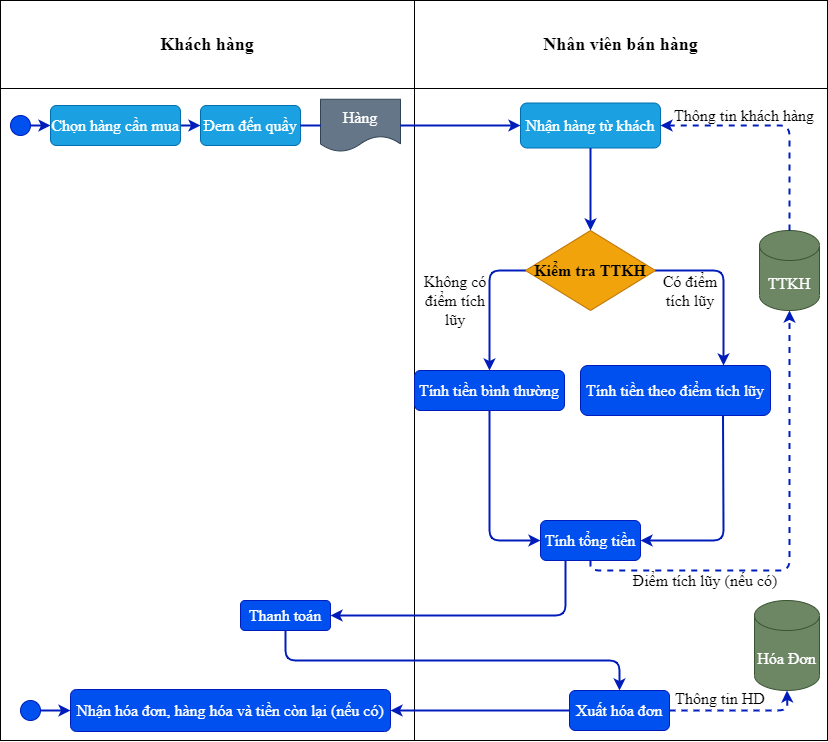
The draw.io diagram banHang.drawio.png in sunny-THS/QlyBanDT, before a commit. Source tidied: cells renumbered, new cells last; positions are measured from the earlier drawing's top-left corner, leaving out a move shared by most shapes.
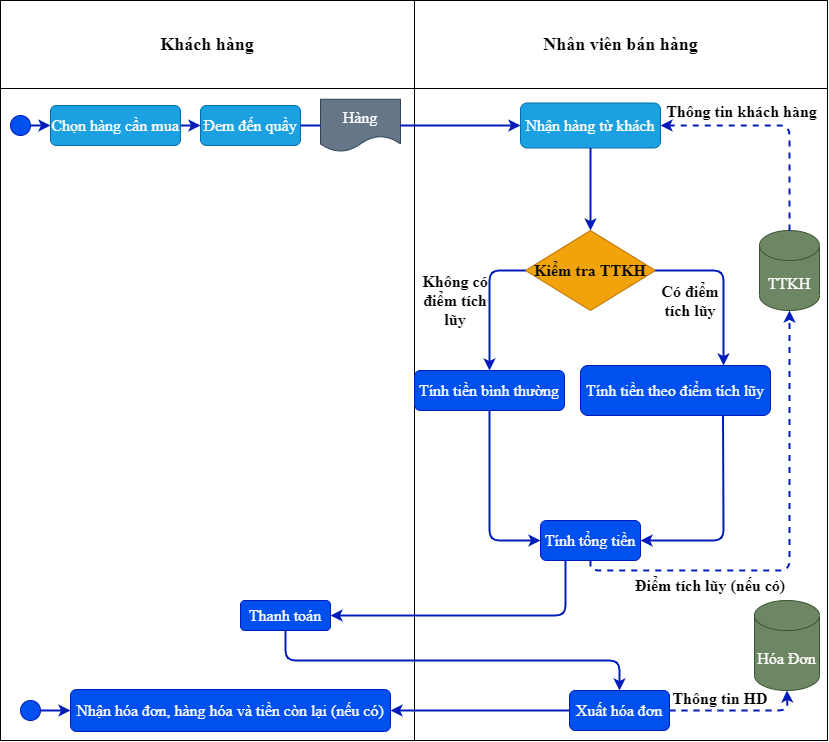
The same file after the commit.

Diff of the diagram source:
```diff
@@ -62,8 +62,8 @@
         </Array>
       </mxGeometry>
     </mxCell>
-    <mxCell id="20" value="Thông tin khách hàng" style="text;html=1;strokeColor=none;fillColor=none;align=center;verticalAlign=middle;whiteSpace=wrap;rounded=0;fontFamily=Times New Roman;fontSize=16;" parent="1" vertex="1">
-      <mxGeometry x="669" y="97.8" width="150" height="35" as="geometry" />
+    <mxCell id="20" value="Thông tin khách hàng" style="text;html=1;strokeColor=none;fillColor=none;align=center;verticalAlign=middle;whiteSpace=wrap;rounded=0;fontFamily=Times New Roman;fontSize=16;fontStyle=1;" parent="1" vertex="1">
+      <mxGeometry x="662" y="93.8" width="159" height="35" as="geometry" />
     </mxCell>
     <mxCell id="21" value="Kiểm tra TTKH" style="rhombus;whiteSpace=wrap;html=1;fontFamily=Times New Roman;fontSize=16;fillColor=#f0a30a;strokeColor=#BD7000;fontColor=#000000;fontStyle=1;" parent="1" vertex="1">
       <mxGeometry x="525" y="230" width="130" height="80" as="geometry" />
@@ -81,7 +81,7 @@
     <mxCell id="24" value="Tính tiền bình thường" style="rounded=1;whiteSpace=wrap;html=1;fontFamily=Times New Roman;fontSize=16;fillColor=#0050ef;strokeColor=#001DBC;fontColor=#ffffff;" parent="1" vertex="1">
       <mxGeometry x="414" y="370" width="150" height="40" as="geometry" />
     </mxCell>
-    <mxCell id="25" value="Không có điểm tích lũy" style="text;html=1;strokeColor=none;fillColor=none;align=center;verticalAlign=middle;whiteSpace=wrap;rounded=0;fontFamily=Times New Roman;fontSize=16;" parent="1" vertex="1">
+    <mxCell id="25" value="Không có điểm tích lũy" style="text;html=1;strokeColor=none;fillColor=none;align=center;verticalAlign=middle;whiteSpace=wrap;rounded=0;fontFamily=Times New Roman;fontSize=16;fontStyle=1;" parent="1" vertex="1">
       <mxGeometry x="420" y="270" width="70" height="60" as="geometry" />
     </mxCell>
     <mxCell id="26" value="Tính tiền theo điểm tích lũy" style="rounded=1;whiteSpace=wrap;html=1;fontFamily=Times New Roman;fontSize=16;fillColor=#0050ef;strokeColor=#001DBC;fontColor=#ffffff;" parent="1" vertex="1">
@@ -95,8 +95,8 @@
         </Array>
       </mxGeometry>
     </mxCell>
-    <mxCell id="28" value="Có điểm tích lũy" style="text;html=1;strokeColor=none;fillColor=none;align=center;verticalAlign=middle;whiteSpace=wrap;rounded=0;fontFamily=Times New Roman;fontSize=16;" parent="1" vertex="1">
-      <mxGeometry x="655" y="260" width="70" height="60" as="geometry" />
+    <mxCell id="28" value="Có điểm tích lũy" style="text;html=1;strokeColor=none;fillColor=none;align=center;verticalAlign=middle;whiteSpace=wrap;rounded=0;fontFamily=Times New Roman;fontSize=16;fontStyle=1;" parent="1" vertex="1">
+      <mxGeometry x="655" y="270" width="70" height="60" as="geometry" />
     </mxCell>
     <mxCell id="29" value="Tính tổng tiền" style="rounded=1;whiteSpace=wrap;html=1;fontFamily=Times New Roman;fontSize=16;fillColor=#0050ef;strokeColor=#001DBC;fontColor=#ffffff;" parent="1" vertex="1">
       <mxGeometry x="540" y="520" width="100" height="40" as="geometry" />
@@ -123,8 +123,8 @@
         </Array>
       </mxGeometry>
     </mxCell>
-    <mxCell id="33" value="Điểm tích lũy (nếu có)" style="text;html=1;strokeColor=none;fillColor=none;align=center;verticalAlign=middle;whiteSpace=wrap;rounded=0;fontFamily=Times New Roman;fontSize=16;" parent="1" vertex="1">
-      <mxGeometry x="630" y="560" width="150" height="40" as="geometry" />
+    <mxCell id="33" value="Điểm tích lũy (nếu có)" style="text;html=1;strokeColor=none;fillColor=none;align=center;verticalAlign=middle;whiteSpace=wrap;rounded=0;fontFamily=Times New Roman;fontSize=16;fontStyle=1;" parent="1" vertex="1">
+      <mxGeometry x="630" y="565" width="160" height="40" as="geometry" />
     </mxCell>
     <mxCell id="34" style="endArrow=classic;html=1;fontFamily=Times New Roman;fontSize=16;strokeWidth=2;exitX=0.25;exitY=1;exitDx=0;exitDy=0;entryX=1;entryY=0.5;entryDx=0;entryDy=0;fillColor=#0050ef;strokeColor=#001DBC;" parent="1" edge="1" source="29" target="35">
       <mxGeometry relative="1" as="geometry">
@@ -149,7 +149,7 @@
         </Array>
       </mxGeometry>
     </mxCell>
-    <mxCell id="39" value="Thông tin HD" style="text;html=1;strokeColor=none;fillColor=none;align=center;verticalAlign=middle;whiteSpace=wrap;rounded=0;fontFamily=Times New Roman;fontSize=16;" parent="1" vertex="1">
+    <mxCell id="39" value="Thông tin HD" style="text;html=1;strokeColor=none;fillColor=none;align=center;verticalAlign=middle;whiteSpace=wrap;rounded=0;fontFamily=Times New Roman;fontSize=16;fontStyle=1;" parent="1" vertex="1">
       <mxGeometry x="670" y="683" width="100" height="30" as="geometry" />
     </mxCell>
     <mxCell id="40" style="endArrow=classic;html=1;fontFamily=Times New Roman;fontSize=16;strokeWidth=2;exitX=0.5;exitY=1;exitDx=0;exitDy=0;fillColor=#0050ef;strokeColor=#001DBC;" parent="1" edge="1" source="35">
```
